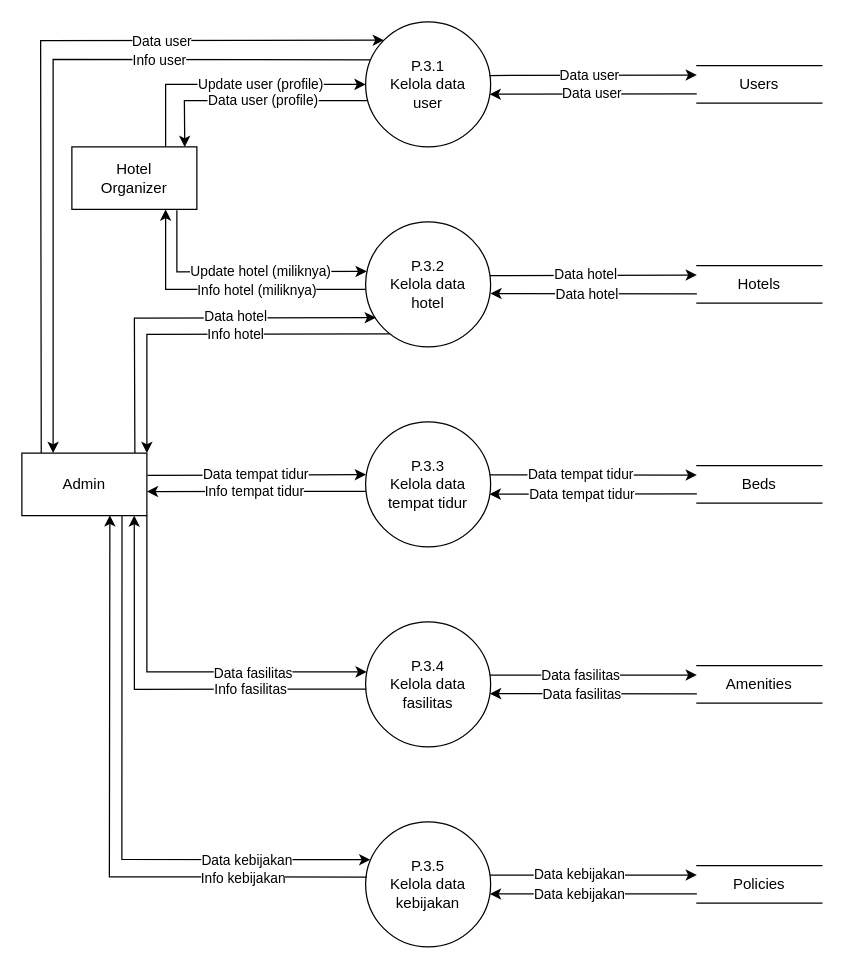
Hans-Star18/ta-booking-system keeps this draw.io diagram as diagram/dfd/level-1/p-3-proses-data-master.drawio. Above is the earlier version. Source tidied: cells renumbered, new cells numbered last; positions are measured from the earlier drawing's top-left corner, leaving out a move shared by most shapes. Both pictures are drawn from the tidied source at 125%, with x=0, y=0 at pixel (21, 21).
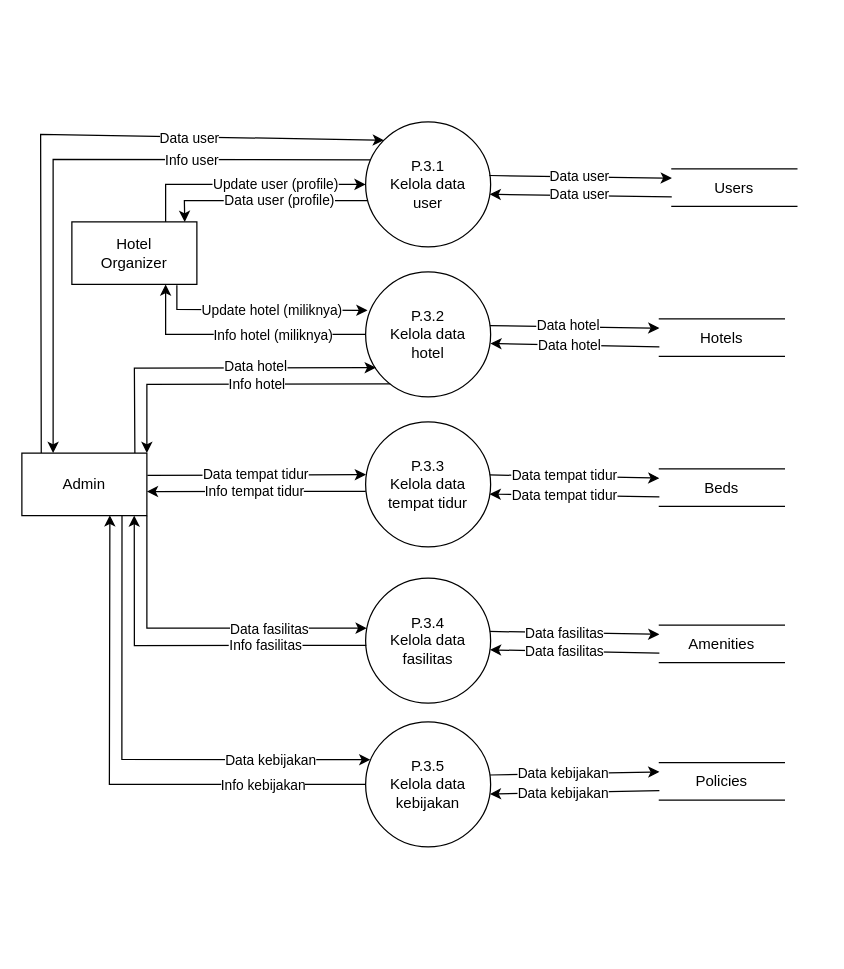
Above is the later version.

Unchanged cells that the change refers to:
```xml
<mxCell id="60" value="Admin" style="html=1;dashed=0;whiteSpace=wrap;" parent="1" vertex="1">
  <mxGeometry y="345" width="100" height="50" as="geometry" />
</mxCell>
```

What changed in the source:
```diff
@@
     <mxCell id="8" value="P.3.1&lt;div&gt;Kelola data&lt;/div&gt;&lt;div&gt;user&lt;/div&gt;" style="shape=ellipse;html=1;dashed=0;whiteSpace=wrap;perimeter=ellipsePerimeter;" parent="1" vertex="1">
-      <mxGeometry x="275" width="100" height="100" as="geometry" />
+      <mxGeometry x="275" y="80" width="100" height="100" as="geometry" />
     </mxCell>
     <mxCell id="9" value="P.3.2&lt;div&gt;Kelola data&lt;/div&gt;&lt;div&gt;hotel&lt;/div&gt;" style="shape=ellipse;html=1;dashed=0;whiteSpace=wrap;perimeter=ellipsePerimeter;" parent="1" vertex="1">
-      <mxGeometry x="275" y="160" width="100" height="100" as="geometry" />
+      <mxGeometry x="275" y="200" width="100" height="100" as="geometry" />
     </mxCell>
     <mxCell id="10" value="P.3.5&lt;div&gt;Kelola data&lt;/div&gt;&lt;div&gt;kebijakan&lt;/div&gt;" style="shape=ellipse;html=1;dashed=0;whiteSpace=wrap;perimeter=ellipsePerimeter;" parent="1" vertex="1">
-      <mxGeometry x="275" y="640" width="100" height="100" as="geometry" />
+      <mxGeometry x="275" y="560" width="100" height="100" as="geometry" />
     </mxCell>
@@
     <mxCell id="12" value="P.3.4&lt;div&gt;Kelola data&lt;/div&gt;&lt;div&gt;fasilitas&lt;/div&gt;" style="shape=ellipse;html=1;dashed=0;whiteSpace=wrap;perimeter=ellipsePerimeter;" parent="1" vertex="1">
-      <mxGeometry x="275" y="480" width="100" height="100" as="geometry" />
+      <mxGeometry x="275" y="445" width="100" height="100" as="geometry" />
     </mxCell>
     <mxCell id="13" value="Users" style="html=1;dashed=0;whiteSpace=wrap;shape=partialRectangle;right=0;left=0;" parent="1" vertex="1">
-      <mxGeometry x="540" y="35" width="100" height="30" as="geometry" />
+      <mxGeometry x="520" y="117.5" width="100" height="30" as="geometry" />
     </mxCell>
     <mxCell id="14" value="Policies" style="html=1;dashed=0;whiteSpace=wrap;shape=partialRectangle;right=0;left=0;" parent="1" vertex="1">
-      <mxGeometry x="540" y="675" width="100" height="30" as="geometry" />
+      <mxGeometry x="510" y="592.5" width="100" height="30" as="geometry" />
     </mxCell>
     <mxCell id="15" value="Amenities" style="html=1;dashed=0;whiteSpace=wrap;shape=partialRectangle;right=0;left=0;" parent="1" vertex="1">
-      <mxGeometry x="540" y="515" width="100" height="30" as="geometry" />
+      <mxGeometry x="510" y="482.5" width="100" height="30" as="geometry" />
     </mxCell>
     <mxCell id="16" value="Beds" style="html=1;dashed=0;whiteSpace=wrap;shape=partialRectangle;right=0;left=0;" parent="1" vertex="1">
-      <mxGeometry x="540" y="355" width="100" height="30" as="geometry" />
+      <mxGeometry x="510" y="357.5" width="100" height="30" as="geometry" />
     </mxCell>
     <mxCell id="17" value="Hotels" style="html=1;dashed=0;whiteSpace=wrap;shape=partialRectangle;right=0;left=0;" parent="1" vertex="1">
-      <mxGeometry x="540" y="195" width="100" height="30" as="geometry" />
+      <mxGeometry x="510" y="237.5" width="100" height="30" as="geometry" />
     </mxCell>
@@
-    <mxCell id="30" style="endArrow=classic;html=1;rounded=0;curved=0;jumpStyle=arc;entryX=0.75;entryY=1;entryDx=0;entryDy=0;exitX=0;exitY=0.5;exitDx=0;exitDy=0;" parent="1" edge="1" target="61">
+    <mxCell id="30" style="endArrow=classic;html=1;rounded=0;curved=0;jumpStyle=arc;entryX=0.75;entryY=1;entryDx=0;entryDy=0;exitX=0;exitY=0.5;exitDx=0;exitDy=0;" parent="1" edge="1" source="9" target="61">
       <mxGeometry relative="1" as="geometry">
-        <mxPoint x="275" y="214" as="sourcePoint" />
         <Array as="points">
-          <mxPoint x="115" y="214" />
+          <mxPoint x="115" y="250" />
         </Array>
       </mxGeometry>
     </mxCell>
@@
-    <mxCell id="32" style="endArrow=classic;html=1;rounded=0;curved=0;jumpStyle=arc;entryX=0.704;entryY=0.995;entryDx=0;entryDy=0;exitX=0.011;exitY=0.401;exitDx=0;exitDy=0;exitPerimeter=0;entryPerimeter=0;" parent="1" edge="1" target="60">
+    <mxCell id="32" style="endArrow=classic;html=1;rounded=0;curved=0;jumpStyle=arc;entryX=0.704;entryY=0.995;entryDx=0;entryDy=0;exitX=0;exitY=0.5;exitDx=0;exitDy=0;entryPerimeter=0;" parent="1" edge="1" source="10" target="60">
       <mxGeometry relative="1" as="geometry">
-        <mxPoint x="276.1" y="684.1" as="sourcePoint" />
         <Array as="points">
-          <mxPoint x="70" y="684" />
+          <mxPoint x="70" y="610" />
         </Array>
       </mxGeometry>
     </mxCell>
@@
     <mxCell id="36" style="endArrow=classic;html=1;rounded=0;curved=0;jumpStyle=arc;entryX=0.038;entryY=0.303;entryDx=0;entryDy=0;entryPerimeter=0;exitX=0.801;exitY=0.995;exitDx=0;exitDy=0;exitPerimeter=0;" parent="1" edge="1" source="60" target="10">
       <mxGeometry relative="1" as="geometry">
         <Array as="points">
-          <mxPoint x="80" y="670" />
+          <mxPoint x="80" y="590" />
         </Array>
       </mxGeometry>
     </mxCell>
@@
-    <mxCell id="38" style="endArrow=classic;html=1;rounded=0;curved=0;jumpStyle=arc;entryX=0.009;entryY=0.396;entryDx=0;entryDy=0;exitX=0.84;exitY=1.013;exitDx=0;exitDy=0;exitPerimeter=0;entryPerimeter=0;" parent="1" edge="1" source="61" target="9">
+    <mxCell id="38" style="endArrow=classic;html=1;rounded=0;curved=0;jumpStyle=arc;entryX=0.015;entryY=0.308;entryDx=0;entryDy=0;exitX=0.84;exitY=1.013;exitDx=0;exitDy=0;exitPerimeter=0;entryPerimeter=0;" parent="1" edge="1" source="61" target="9">
       <mxGeometry relative="1" as="geometry">
         <Array as="points">
-          <mxPoint x="124" y="200" />
+          <mxPoint x="124" y="230" />
         </Array>
       </mxGeometry>
     </mxCell>
     <mxCell id="39" value="Update hotel (miliknya)" style="edgeLabel;html=1;align=center;verticalAlign=middle;" parent="38" vertex="1">
       <mxGeometry x="-0.13" relative="1" as="geometry">
-        <mxPoint x="28" as="offset" />
+        <mxPoint x="20" as="offset" />
       </mxGeometry>
     </mxCell>
     <mxCell id="40" style="endArrow=classic;html=1;rounded=0;curved=0;jumpStyle=arc;exitX=0.904;exitY=0.006;exitDx=0;exitDy=0;exitPerimeter=0;entryX=0.082;entryY=0.766;entryDx=0;entryDy=0;entryPerimeter=0;" parent="1" edge="1" source="60" target="9">
       <mxGeometry relative="1" as="geometry">
         <Array as="points">
-          <mxPoint x="90" y="237" />
+          <mxPoint x="90" y="277" />
         </Array>
       </mxGeometry>
     </mxCell>
@@
     <mxCell id="42" style="endArrow=classic;html=1;rounded=0;curved=0;jumpStyle=arc;entryX=0.899;entryY=0.999;entryDx=0;entryDy=0;exitX=0.005;exitY=0.538;exitDx=0;exitDy=0;exitPerimeter=0;entryPerimeter=0;" parent="1" edge="1" source="12" target="60">
       <mxGeometry relative="1" as="geometry">
         <Array as="points">
-          <mxPoint x="90" y="534" />
+          <mxPoint x="90" y="499" />
         </Array>
       </mxGeometry>
     </mxCell>
@@
     <mxCell id="46" style="endArrow=classic;html=1;rounded=0;curved=0;jumpStyle=arc;entryX=0.009;entryY=0.4;entryDx=0;entryDy=0;exitX=1;exitY=1;exitDx=0;exitDy=0;entryPerimeter=0;" parent="1" edge="1" source="60" target="12">
       <mxGeometry relative="1" as="geometry">
         <Array as="points">
-          <mxPoint x="100" y="520" />
+          <mxPoint x="100" y="485" />
         </Array>
       </mxGeometry>
     </mxCell>
@@
     <mxCell id="48" style="endArrow=classic;html=1;rounded=0;curved=0;jumpStyle=arc;entryX=0.25;entryY=0;entryDx=0;entryDy=0;exitX=0.037;exitY=0.304;exitDx=0;exitDy=0;exitPerimeter=0;" parent="1" edge="1" source="8" target="60">
       <mxGeometry relative="1" as="geometry">
         <Array as="points">
-          <mxPoint x="25" y="30" />
+          <mxPoint x="25" y="110" />
         </Array>
       </mxGeometry>
     </mxCell>
@@
     <mxCell id="52" style="endArrow=classic;html=1;rounded=0;curved=0;jumpStyle=arc;entryX=0;entryY=0.5;entryDx=0;entryDy=0;exitX=0.75;exitY=0;exitDx=0;exitDy=0;" parent="1" edge="1" source="61" target="8">
       <mxGeometry relative="1" as="geometry">
         <Array as="points">
-          <mxPoint x="115" y="50" />
+          <mxPoint x="115" y="130" />
         </Array>
       </mxGeometry>
     </mxCell>
@@
     <mxCell id="54" style="endArrow=classic;html=1;rounded=0;curved=0;jumpStyle=arc;exitX=0.155;exitY=-0.003;exitDx=0;exitDy=0;exitPerimeter=0;entryX=0;entryY=0;entryDx=0;entryDy=0;" parent="1" edge="1" source="60" target="8">
       <mxGeometry relative="1" as="geometry">
         <Array as="points">
-          <mxPoint x="15" y="15" />
+          <mxPoint x="15" y="90" />
         </Array>
       </mxGeometry>
     </mxCell>
@@
     <mxCell id="56" style="endArrow=classic;html=1;rounded=0;curved=0;jumpStyle=arc;entryX=0.903;entryY=0.002;entryDx=0;entryDy=0;exitX=0.014;exitY=0.63;exitDx=0;exitDy=0;exitPerimeter=0;entryPerimeter=0;" parent="1" edge="1" source="8" target="61">
       <mxGeometry relative="1" as="geometry">
         <Array as="points">
-          <mxPoint x="130" y="63" />
+          <mxPoint x="130" y="143" />
         </Array>
       </mxGeometry>
     </mxCell>
@@
     <mxCell id="58" style="endArrow=classic;html=1;rounded=0;curved=0;jumpStyle=arc;entryX=1;entryY=0;entryDx=0;entryDy=0;exitX=0.197;exitY=0.896;exitDx=0;exitDy=0;exitPerimeter=0;" parent="1" edge="1" source="9" target="60">
       <mxGeometry relative="1" as="geometry">
         <Array as="points">
-          <mxPoint x="100" y="250" />
+          <mxPoint x="100" y="290" />
         </Array>
       </mxGeometry>
     </mxCell>
@@
     <mxCell id="61" value="Hotel&lt;div&gt;Organizer&lt;/div&gt;" style="html=1;dashed=0;whiteSpace=wrap;" parent="1" vertex="1">
-      <mxGeometry x="40" y="100" width="100" height="50" as="geometry" />
+      <mxGeometry x="40" y="160" width="100" height="50" as="geometry" />
     </mxCell>
```
